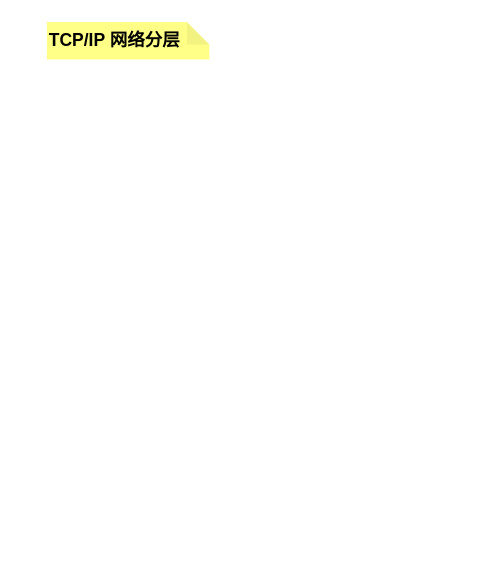
BxcGit/draw keeps this draw.io diagram as draw/计算机基础/网络.drawio. Above is the earlier version. Source tidied: cells renumbered, new cells numbered last; positions are measured from the earlier drawing's top-left corner, leaving out a move shared by most shapes. Both pictures are drawn from the tidied source at 125%, with x=0, y=0 at pixel (46, 21).
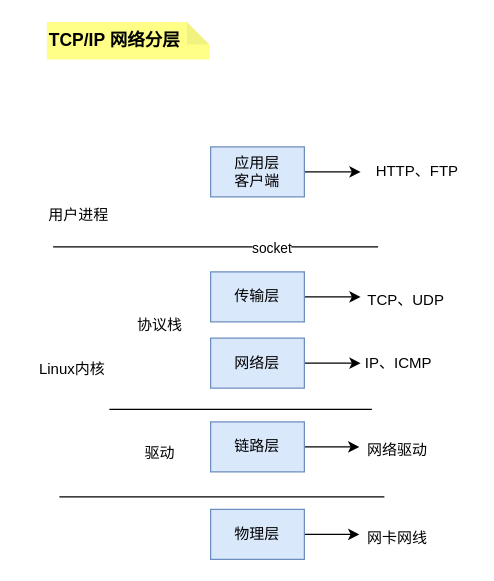
After the change.

Change to the diagram source:
```diff
@@
+    <mxCell id="3" style="edgeStyle=orthogonalEdgeStyle;rounded=0;jettySize=auto;html=1;" parent="1" edge="1" source="4">
+      <mxGeometry relative="1" as="geometry">
+        <mxPoint x="251" y="120" as="targetPoint" />
+      </mxGeometry>
+    </mxCell>
+    <mxCell id="4" value="应用层&lt;div&gt;客户端&lt;/div&gt;" style="rounded=0;whiteSpace=wrap;html=1;align=center;verticalAlign=middle;fillColor=#dae8fc;strokeColor=#6c8ebf;" parent="1" vertex="1">
+      <mxGeometry x="131" y="100" width="75" height="40" as="geometry" />
+    </mxCell>
+    <mxCell id="5" style="endArrow=none;html=1;rounded=0;" parent="1" edge="1">
+      <mxGeometry relative="1" as="geometry">
+        <mxPoint x="50" y="310" as="sourcePoint" />
+        <mxPoint x="260" y="310" as="targetPoint" />
+      </mxGeometry>
+    </mxCell>
+    <mxCell id="6" value="HTTP、FTP" style="text;html=1;align=center;verticalAlign=middle;strokeColor=none;fillColor=none;" parent="1" vertex="1">
+      <mxGeometry x="251" y="105" width="90" height="30" as="geometry" />
+    </mxCell>
+    <mxCell id="7" value="用户进程" style="text;html=1;align=center;verticalAlign=middle;strokeColor=none;fillColor=none;" parent="1" vertex="1">
+      <mxGeometry x="-10" y="140" width="70" height="30" as="geometry" />
+    </mxCell>
+    <mxCell id="8" value="Linux内核" style="text;html=1;align=center;verticalAlign=middle;strokeColor=none;fillColor=none;" parent="1" vertex="1">
+      <mxGeometry x="-20" y="263" width="80" height="30" as="geometry" />
+    </mxCell>
+    <mxCell id="9" style="edgeStyle=orthogonalEdgeStyle;rounded=0;jettySize=auto;html=1;" parent="1" edge="1" source="10">
+      <mxGeometry relative="1" as="geometry">
+        <mxPoint x="251" y="220" as="targetPoint" />
+      </mxGeometry>
+    </mxCell>
+    <mxCell id="10" value="传输层" style="rounded=0;whiteSpace=wrap;html=1;align=center;verticalAlign=middle;fillColor=#dae8fc;strokeColor=#6c8ebf;" parent="1" vertex="1">
+      <mxGeometry x="131" y="200" width="75" height="40" as="geometry" />
+    </mxCell>
+    <mxCell id="11" style="edgeStyle=orthogonalEdgeStyle;rounded=0;jettySize=auto;html=1;" parent="1" edge="1" source="12">
+      <mxGeometry relative="1" as="geometry">
+        <mxPoint x="251" y="273" as="targetPoint" />
+      </mxGeometry>
+    </mxCell>
+    <mxCell id="12" value="网络层" style="rounded=0;whiteSpace=wrap;html=1;align=center;verticalAlign=middle;fillColor=#dae8fc;strokeColor=#6c8ebf;" parent="1" vertex="1">
+      <mxGeometry x="131" y="253" width="75" height="40" as="geometry" />
+    </mxCell>
+    <mxCell id="13" style="edgeStyle=orthogonalEdgeStyle;rounded=0;jettySize=auto;html=1;" parent="1" edge="1" source="14">
+      <mxGeometry relative="1" as="geometry">
+        <mxPoint x="250" y="340" as="targetPoint" />
+      </mxGeometry>
+    </mxCell>
+    <mxCell id="14" value="链路层" style="rounded=0;whiteSpace=wrap;html=1;align=center;verticalAlign=middle;fillColor=#dae8fc;strokeColor=#6c8ebf;" parent="1" vertex="1">
+      <mxGeometry x="131" y="320" width="75" height="40" as="geometry" />
+    </mxCell>
+    <mxCell id="15" style="edgeStyle=orthogonalEdgeStyle;rounded=0;jettySize=auto;html=1;" parent="1" edge="1" source="16">
+      <mxGeometry relative="1" as="geometry">
+        <mxPoint x="250" y="410" as="targetPoint" />
+      </mxGeometry>
+    </mxCell>
+    <mxCell id="16" value="物理层" style="rounded=0;whiteSpace=wrap;html=1;align=center;verticalAlign=middle;fillColor=#dae8fc;strokeColor=#6c8ebf;" parent="1" vertex="1">
+      <mxGeometry x="131" y="390" width="75" height="40" as="geometry" />
+    </mxCell>
+    <mxCell id="17" style="endArrow=none;html=1;rounded=0;" parent="1" edge="1">
+      <mxGeometry relative="1" as="geometry">
+        <mxPoint x="5" y="180" as="sourcePoint" />
+        <mxPoint x="265" y="180" as="targetPoint" />
+      </mxGeometry>
+    </mxCell>
+    <mxCell id="18" value="socket" style="edgeLabel;html=1;align=center;verticalAlign=middle;" parent="17" vertex="1">
+      <mxGeometry x="-0.22" y="-3" relative="1" as="geometry">
+        <mxPoint x="73" y="-3" as="offset" />
+      </mxGeometry>
+    </mxCell>
+    <mxCell id="19" value="TCP、UDP" style="text;html=1;align=center;verticalAlign=middle;strokeColor=none;fillColor=none;" parent="1" vertex="1">
+      <mxGeometry x="247" y="208" width="80" height="30" as="geometry" />
+    </mxCell>
+    <mxCell id="20" value="IP、ICMP" style="text;html=1;align=center;verticalAlign=middle;strokeColor=none;fillColor=none;" parent="1" vertex="1">
+      <mxGeometry x="241" y="258" width="80" height="30" as="geometry" />
+    </mxCell>
+    <mxCell id="21" style="endArrow=none;html=1;rounded=0;" parent="1" edge="1">
+      <mxGeometry relative="1" as="geometry">
+        <mxPoint x="10" y="380" as="sourcePoint" />
+        <mxPoint x="270" y="380" as="targetPoint" />
+      </mxGeometry>
+    </mxCell>
+    <mxCell id="22" value="协议栈" style="text;html=1;align=center;verticalAlign=middle;strokeColor=none;fillColor=none;" parent="1" vertex="1">
+      <mxGeometry x="60" y="228" width="60" height="30" as="geometry" />
+    </mxCell>
+    <mxCell id="23" value="驱动" style="text;html=1;align=center;verticalAlign=middle;strokeColor=none;fillColor=none;" parent="1" vertex="1">
+      <mxGeometry x="65" y="330" width="50" height="30" as="geometry" />
+    </mxCell>
+    <mxCell id="24" value="网络驱动" style="text;html=1;align=center;verticalAlign=middle;strokeColor=none;fillColor=none;" parent="1" vertex="1">
+      <mxGeometry x="245" y="328" width="70" height="30" as="geometry" />
+    </mxCell>
+    <mxCell id="25" value="网卡网线" style="text;html=1;align=center;verticalAlign=middle;strokeColor=none;fillColor=none;" parent="1" vertex="1">
+      <mxGeometry x="245" y="398" width="70" height="30" as="geometry" />
+    </mxCell>
```
